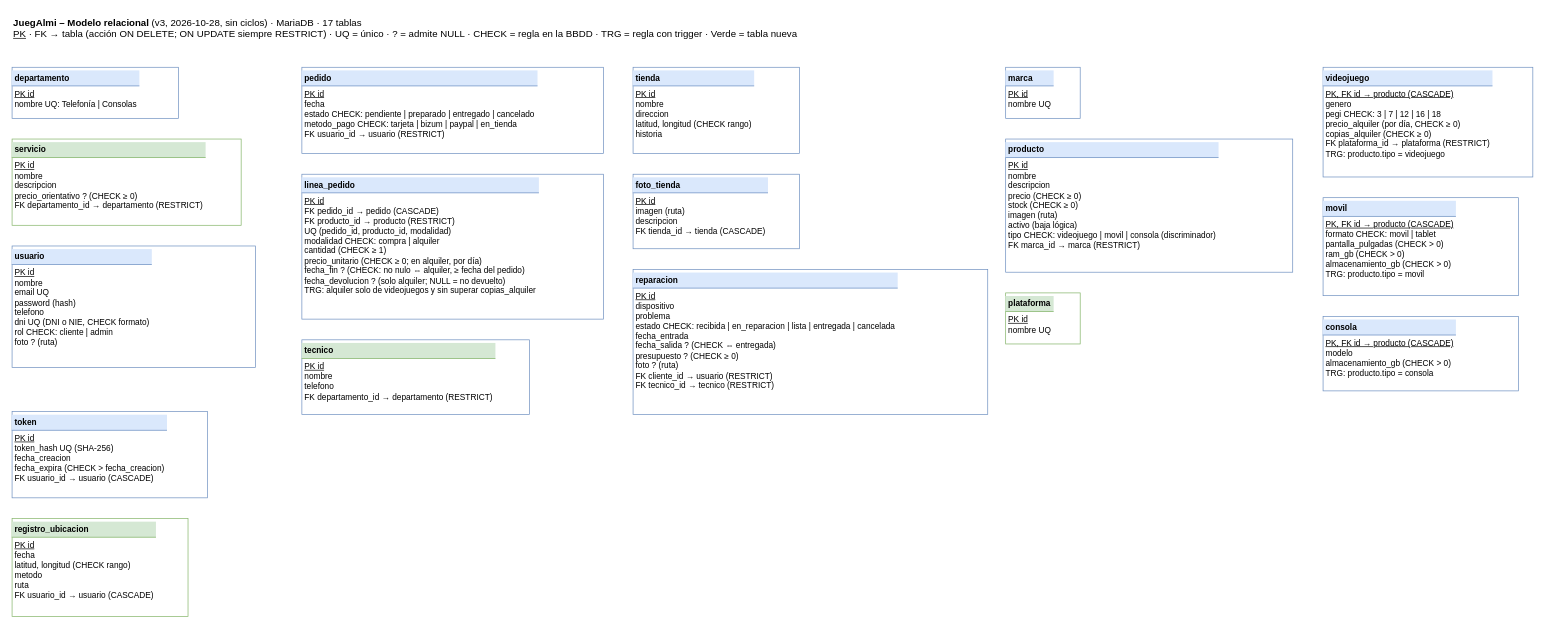
The draw.io diagram page "Modelo relacional" (2 of 2) of docs/er-juegalmi.drawio in landerdam-lab/JuegalmiDam2, before the edit. Source tidied: cells renumbered, new cells numbered last; positions are measured from the earlier drawing's top-left corner, leaving out a move shared by most shapes. Both pictures are drawn from the tidied source at 69%, with x=0, y=0 at pixel (12, 12).
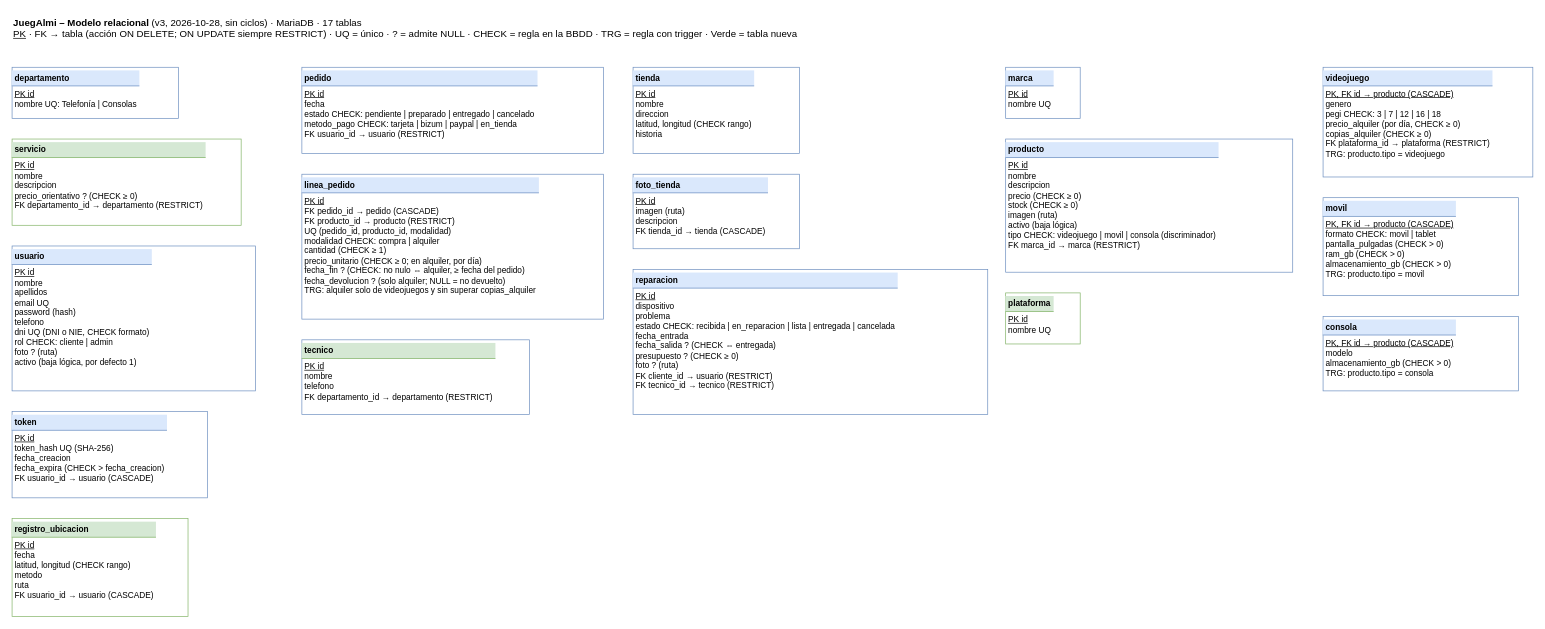
The same page after the edit.

Commit message (it also covers changes not shown here):
Usuario con apellidos y baja lógica; paso a tablas definitivo

What changed in the source:
```diff
@@
 <mxGraphModel>
   <root>
     <mxCell id="0" />
     <mxCell id="1" parent="0" />
     <mxCell id="2" value="&lt;b&gt;JuegAlmi – Modelo relacional&lt;/b&gt; (v3, 2026-10-28, sin ciclos) · MariaDB · 17 tablas&lt;br&gt;&lt;u&gt;PK&lt;/u&gt; · FK → tabla (acción ON DELETE; ON UPDATE siempre RESTRICT) · UQ = único · ? = admite NULL · CHECK = regla en la BBDD · TRG = regla con trigger · Verde = tabla nueva" style="text;html=1;align=left;verticalAlign=top;fontSize=14;" parent="1" vertex="1">
       <mxGeometry width="1700" height="50" as="geometry" />
     </mxCell>
     <mxCell id="3" value="&lt;div style='background:#dae8fc;padding:4px;font-weight:bold;border-bottom:1px solid #6c8ebf'&gt;departamento&lt;/div&gt;&lt;div style='padding:4px'&gt;&lt;u&gt;PK id&lt;/u&gt;&lt;br&gt;nombre UQ: Telefonía | Consolas&lt;/div&gt;" style="rounded=0;whiteSpace=wrap;html=1;align=left;verticalAlign=top;spacing=0;fontSize=12;strokeColor=#6c8ebf;" parent="1" vertex="1">
       <mxGeometry y="80" width="241" height="74" as="geometry" />
     </mxCell>
     <mxCell id="4" value="&lt;div style='background:#d5e8d4;padding:4px;font-weight:bold;border-bottom:1px solid #82b366'&gt;servicio&lt;/div&gt;&lt;div style='padding:4px'&gt;&lt;u&gt;PK id&lt;/u&gt;&lt;br&gt;nombre&lt;br&gt;descripcion&lt;br&gt;precio_orientativo ? (CHECK ≥ 0)&lt;br&gt;FK departamento_id → departamento (RESTRICT)&lt;/div&gt;" style="rounded=0;whiteSpace=wrap;html=1;align=left;verticalAlign=top;spacing=0;fontSize=12;strokeColor=#82b366;" parent="1" vertex="1">
       <mxGeometry y="184" width="332" height="125" as="geometry" />
     </mxCell>
-    <mxCell id="5" value="&lt;div style='background:#dae8fc;padding:4px;font-weight:bold;border-bottom:1px solid #6c8ebf'&gt;usuario&lt;/div&gt;&lt;div style='padding:4px'&gt;&lt;u&gt;PK id&lt;/u&gt;&lt;br&gt;nombre&lt;br&gt;email UQ&lt;br&gt;password (hash)&lt;br&gt;telefono&lt;br&gt;dni UQ (DNI o NIE, CHECK formato)&lt;br&gt;rol CHECK: cliente | admin&lt;br&gt;foto ? (ruta)&lt;/div&gt;" style="rounded=0;whiteSpace=wrap;html=1;align=left;verticalAlign=top;spacing=0;fontSize=12;strokeColor=#6c8ebf;" parent="1" vertex="1">
-      <mxGeometry y="339" width="353" height="176" as="geometry" />
+    <mxCell id="5" value="&lt;div style='background:#dae8fc;padding:4px;font-weight:bold;border-bottom:1px solid #6c8ebf'&gt;usuario&lt;/div&gt;&lt;div style='padding:4px'&gt;&lt;u&gt;PK id&lt;/u&gt;&lt;br&gt;nombre&lt;br&gt;apellidos&lt;br&gt;email UQ&lt;br&gt;password (hash)&lt;br&gt;telefono&lt;br&gt;dni UQ (DNI o NIE, CHECK formato)&lt;br&gt;rol CHECK: cliente | admin&lt;br&gt;foto ? (ruta)&lt;br&gt;activo (baja lógica, por defecto 1)&lt;/div&gt;" style="rounded=0;whiteSpace=wrap;html=1;align=left;verticalAlign=top;spacing=0;fontSize=12;strokeColor=#6c8ebf;" parent="1" vertex="1">
+      <mxGeometry y="339" width="353" height="210" as="geometry" />
     </mxCell>
     <mxCell id="6" value="&lt;div style='background:#dae8fc;padding:4px;font-weight:bold;border-bottom:1px solid #6c8ebf'&gt;token&lt;/div&gt;&lt;div style='padding:4px'&gt;&lt;u&gt;PK id&lt;/u&gt;&lt;br&gt;token_hash UQ (SHA-256)&lt;br&gt;fecha_creacion&lt;br&gt;fecha_expira (CHECK &amp;gt; fecha_creacion)&lt;br&gt;FK usuario_id → usuario (CASCADE)&lt;/div&gt;" style="rounded=0;whiteSpace=wrap;html=1;align=left;verticalAlign=top;spacing=0;fontSize=12;strokeColor=#6c8ebf;" parent="1" vertex="1">
       <mxGeometry y="579" width="283" height="125" as="geometry" />
     </mxCell>
     <mxCell id="7" value="&lt;div style='background:#d5e8d4;padding:4px;font-weight:bold;border-bottom:1px solid #82b366'&gt;registro_ubicacion&lt;/div&gt;&lt;div style='padding:4px'&gt;&lt;u&gt;PK id&lt;/u&gt;&lt;br&gt;fecha&lt;br&gt;latitud, longitud (CHECK rango)&lt;br&gt;metodo&lt;br&gt;ruta&lt;br&gt;FK usuario_id → usuario (CASCADE)&lt;/div&gt;" style="rounded=0;whiteSpace=wrap;html=1;align=left;verticalAlign=top;spacing=0;fontSize=12;strokeColor=#82b366;" parent="1" vertex="1">
       <mxGeometry y="734" width="255" height="142" as="geometry" />
     </mxCell>
     <mxCell id="8" value="&lt;div style='background:#dae8fc;padding:4px;font-weight:bold;border-bottom:1px solid #6c8ebf'&gt;tienda&lt;/div&gt;&lt;div style='padding:4px'&gt;&lt;u&gt;PK id&lt;/u&gt;&lt;br&gt;nombre&lt;br&gt;direccion&lt;br&gt;latitud, longitud (CHECK rango)&lt;br&gt;historia&lt;/div&gt;" style="rounded=0;whiteSpace=wrap;html=1;align=left;verticalAlign=top;spacing=0;fontSize=12;strokeColor=#6c8ebf;" parent="1" vertex="1">
       <mxGeometry x="900" y="80" width="241" height="125" as="geometry" />
     </mxCell>
     <mxCell id="9" value="&lt;div style='background:#dae8fc;padding:4px;font-weight:bold;border-bottom:1px solid #6c8ebf'&gt;foto_tienda&lt;/div&gt;&lt;div style='padding:4px'&gt;&lt;u&gt;PK id&lt;/u&gt;&lt;br&gt;imagen (ruta)&lt;br&gt;descripcion&lt;br&gt;FK tienda_id → tienda (CASCADE)&lt;/div&gt;" style="rounded=0;whiteSpace=wrap;html=1;align=left;verticalAlign=top;spacing=0;fontSize=12;strokeColor=#6c8ebf;" parent="1" vertex="1">
       <mxGeometry x="900" y="235" width="241" height="108" as="geometry" />
     </mxCell>
     <mxCell id="10" value="&lt;div style='background:#dae8fc;padding:4px;font-weight:bold;border-bottom:1px solid #6c8ebf'&gt;pedido&lt;/div&gt;&lt;div style='padding:4px'&gt;&lt;u&gt;PK id&lt;/u&gt;&lt;br&gt;fecha&lt;br&gt;estado CHECK: pendiente | preparado | entregado | cancelado&lt;br&gt;metodo_pago CHECK: tarjeta | bizum | paypal | en_tienda&lt;br&gt;FK usuario_id → usuario (RESTRICT)&lt;/div&gt;" style="rounded=0;whiteSpace=wrap;html=1;align=left;verticalAlign=top;spacing=0;fontSize=12;strokeColor=#6c8ebf;" parent="1" vertex="1">
       <mxGeometry x="420" y="80" width="437" height="125" as="geometry" />
     </mxCell>
     <mxCell id="11" value="&lt;div style='background:#dae8fc;padding:4px;font-weight:bold;border-bottom:1px solid #6c8ebf'&gt;linea_pedido&lt;/div&gt;&lt;div style='padding:4px'&gt;&lt;u&gt;PK id&lt;/u&gt;&lt;br&gt;FK pedido_id → pedido (CASCADE)&lt;br&gt;FK producto_id → producto (RESTRICT)&lt;br&gt;UQ (pedido_id, producto_id, modalidad)&lt;br&gt;modalidad CHECK: compra | alquiler&lt;br&gt;cantidad (CHECK ≥ 1)&lt;br&gt;precio_unitario (CHECK ≥ 0; en alquiler, por día)&lt;br&gt;fecha_fin ? (CHECK: no nulo ⇔ alquiler, ≥ fecha del pedido)&lt;br&gt;fecha_devolucion ? (solo alquiler; NULL = no devuelto)&lt;br&gt;TRG: alquiler solo de videojuegos y sin superar copias_alquiler&lt;/div&gt;" style="rounded=0;whiteSpace=wrap;html=1;align=left;verticalAlign=top;spacing=0;fontSize=12;strokeColor=#6c8ebf;" parent="1" vertex="1">
       <mxGeometry x="420" y="235" width="437" height="210" as="geometry" />
     </mxCell>
     <mxCell id="12" value="&lt;div style='background:#d5e8d4;padding:4px;font-weight:bold;border-bottom:1px solid #82b366'&gt;tecnico&lt;/div&gt;&lt;div style='padding:4px'&gt;&lt;u&gt;PK id&lt;/u&gt;&lt;br&gt;nombre&lt;br&gt;telefono&lt;br&gt;FK departamento_id → departamento (RESTRICT)&lt;/div&gt;" style="rounded=0;whiteSpace=wrap;html=1;align=left;verticalAlign=top;spacing=0;fontSize=12;strokeColor=#6c8ebf;" parent="1" vertex="1">
       <mxGeometry x="420" y="475" width="330" height="108" as="geometry" />
     </mxCell>
     <mxCell id="13" value="&lt;div style='background:#dae8fc;padding:4px;font-weight:bold;border-bottom:1px solid #6c8ebf'&gt;reparacion&lt;/div&gt;&lt;div style='padding:4px'&gt;&lt;u&gt;PK id&lt;/u&gt;&lt;br&gt;dispositivo&lt;br&gt;problema&lt;br&gt;estado CHECK: recibida | en_reparacion | lista | entregada | cancelada&lt;br&gt;fecha_entrada&lt;br&gt;fecha_salida ? (CHECK ⇔ entregada)&lt;br&gt;presupuesto ? (CHECK ≥ 0)&lt;br&gt;foto ? (ruta)&lt;br&gt;FK cliente_id → usuario (RESTRICT)&lt;br&gt;FK tecnico_id → tecnico (RESTRICT)&lt;/div&gt;" style="rounded=0;whiteSpace=wrap;html=1;align=left;verticalAlign=top;spacing=0;fontSize=12;strokeColor=#6c8ebf;" parent="1" vertex="1">
       <mxGeometry x="900" y="373" width="514" height="210" as="geometry" />
     </mxCell>
     <mxCell id="14" value="&lt;div style='background:#dae8fc;padding:4px;font-weight:bold;border-bottom:1px solid #6c8ebf'&gt;marca&lt;/div&gt;&lt;div style='padding:4px'&gt;&lt;u&gt;PK id&lt;/u&gt;&lt;br&gt;nombre UQ&lt;/div&gt;" style="rounded=0;whiteSpace=wrap;html=1;align=left;verticalAlign=top;spacing=0;fontSize=12;strokeColor=#6c8ebf;" parent="1" vertex="1">
       <mxGeometry x="1440" y="80" width="108" height="74" as="geometry" />
     </mxCell>
     <mxCell id="15" value="&lt;div style='background:#dae8fc;padding:4px;font-weight:bold;border-bottom:1px solid #6c8ebf'&gt;producto&lt;/div&gt;&lt;div style='padding:4px'&gt;&lt;u&gt;PK id&lt;/u&gt;&lt;br&gt;nombre&lt;br&gt;descripcion&lt;br&gt;precio (CHECK ≥ 0)&lt;br&gt;stock (CHECK ≥ 0)&lt;br&gt;imagen (ruta)&lt;br&gt;activo (baja lógica)&lt;br&gt;tipo CHECK: videojuego | movil | consola (discriminador)&lt;br&gt;FK marca_id → marca (RESTRICT)&lt;/div&gt;" style="rounded=0;whiteSpace=wrap;html=1;align=left;verticalAlign=top;spacing=0;fontSize=12;strokeColor=#6c8ebf;" parent="1" vertex="1">
       <mxGeometry x="1440" y="184" width="416" height="193" as="geometry" />
     </mxCell>
     <mxCell id="16" value="&lt;div style='background:#d5e8d4;padding:4px;font-weight:bold;border-bottom:1px solid #82b366'&gt;plataforma&lt;/div&gt;&lt;div style='padding:4px'&gt;&lt;u&gt;PK id&lt;/u&gt;&lt;br&gt;nombre UQ&lt;/div&gt;" style="rounded=0;whiteSpace=wrap;html=1;align=left;verticalAlign=top;spacing=0;fontSize=12;strokeColor=#82b366;" parent="1" vertex="1">
       <mxGeometry x="1440" y="407" width="108" height="74" as="geometry" />
     </mxCell>
     <mxCell id="17" value="&lt;div style='background:#dae8fc;padding:4px;font-weight:bold;border-bottom:1px solid #6c8ebf'&gt;videojuego&lt;/div&gt;&lt;div style='padding:4px'&gt;&lt;u&gt;PK, FK id → producto (CASCADE)&lt;/u&gt;&lt;br&gt;genero&lt;br&gt;pegi CHECK: 3 | 7 | 12 | 16 | 18&lt;br&gt;precio_alquiler (por día, CHECK ≥ 0)&lt;br&gt;copias_alquiler (CHECK ≥ 0)&lt;br&gt;FK plataforma_id → plataforma (RESTRICT)&lt;br&gt;TRG: producto.tipo = videojuego&lt;/div&gt;" style="rounded=0;whiteSpace=wrap;html=1;align=left;verticalAlign=top;spacing=0;fontSize=12;strokeColor=#6c8ebf;" parent="1" vertex="1">
       <mxGeometry x="1900" y="80" width="304" height="159" as="geometry" />
     </mxCell>
     <mxCell id="18" value="&lt;div style='background:#dae8fc;padding:4px;font-weight:bold;border-bottom:1px solid #6c8ebf'&gt;movil&lt;/div&gt;&lt;div style='padding:4px'&gt;&lt;u&gt;PK, FK id → producto (CASCADE)&lt;/u&gt;&lt;br&gt;formato CHECK: movil | tablet&lt;br&gt;pantalla_pulgadas (CHECK &amp;gt; 0)&lt;br&gt;ram_gb (CHECK &amp;gt; 0)&lt;br&gt;almacenamiento_gb (CHECK &amp;gt; 0)&lt;br&gt;TRG: producto.tipo = movil&lt;/div&gt;" style="rounded=0;whiteSpace=wrap;html=1;align=left;verticalAlign=top;spacing=0;fontSize=12;strokeColor=#6c8ebf;" parent="1" vertex="1">
       <mxGeometry x="1900" y="269" width="283" height="142" as="geometry" />
     </mxCell>
     <mxCell id="19" value="&lt;div style='background:#dae8fc;padding:4px;font-weight:bold;border-bottom:1px solid #6c8ebf'&gt;consola&lt;/div&gt;&lt;div style='padding:4px'&gt;&lt;u&gt;PK, FK id → producto (CASCADE)&lt;/u&gt;&lt;br&gt;modelo&lt;br&gt;almacenamiento_gb (CHECK &amp;gt; 0)&lt;br&gt;TRG: producto.tipo = consola&lt;/div&gt;" style="rounded=0;whiteSpace=wrap;html=1;align=left;verticalAlign=top;spacing=0;fontSize=12;strokeColor=#6c8ebf;" parent="1" vertex="1">
       <mxGeometry x="1900" y="441" width="283" height="108" as="geometry" />
     </mxCell>
   </root>
 </mxGraphModel>
```
